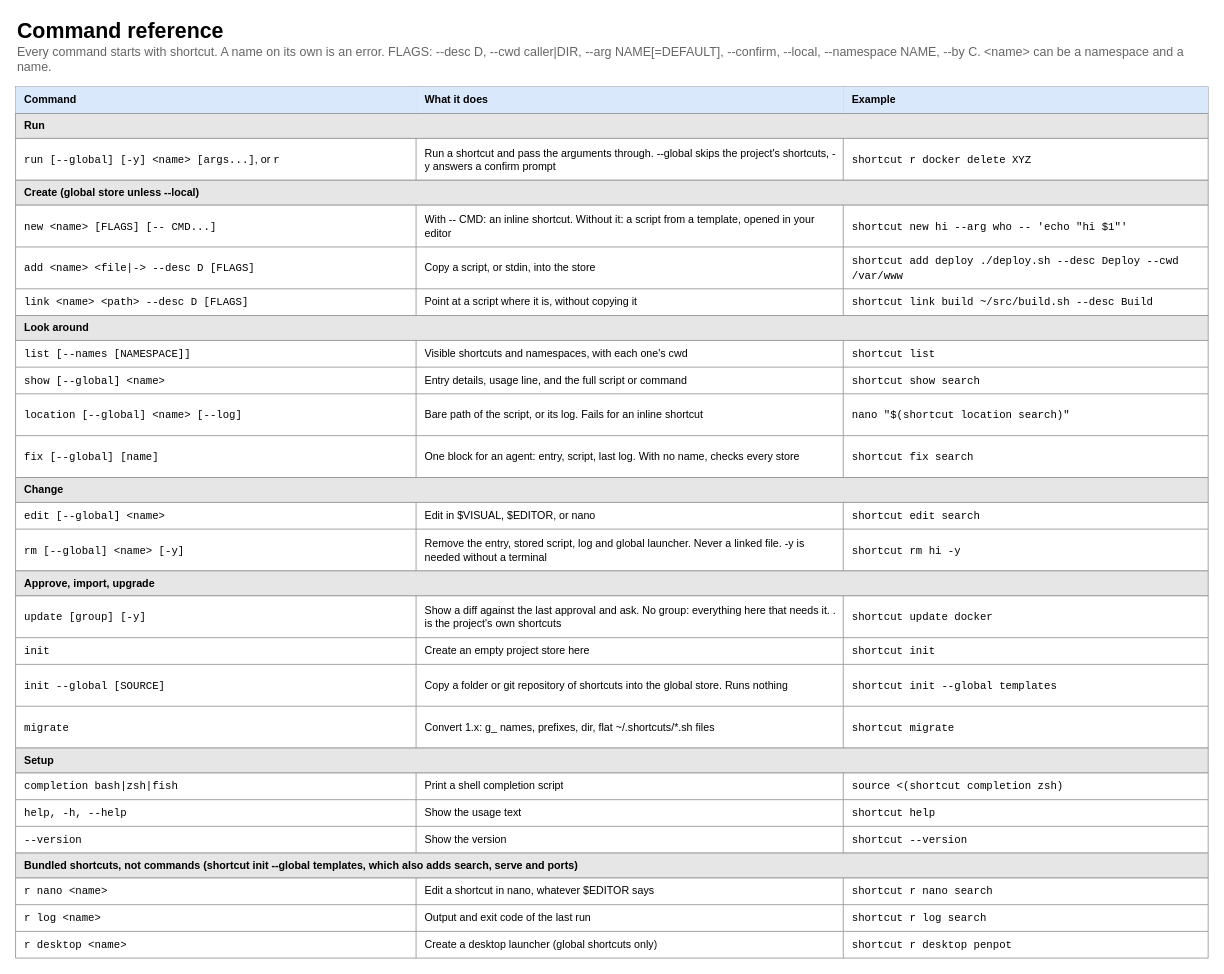
The draw.io diagram page "4 Commands" (4 of 5) of docs/shortcut-overview.drawio in StanLukuvka/Shortcut, before the edit. Source tidied: cells renumbered, new cells numbered last; positions are measured from the earlier drawing's top-left corner, leaving out a move shared by most shapes. Both pictures are drawn from the tidied source at 89%, with x=0, y=0 at pixel (15, 15).
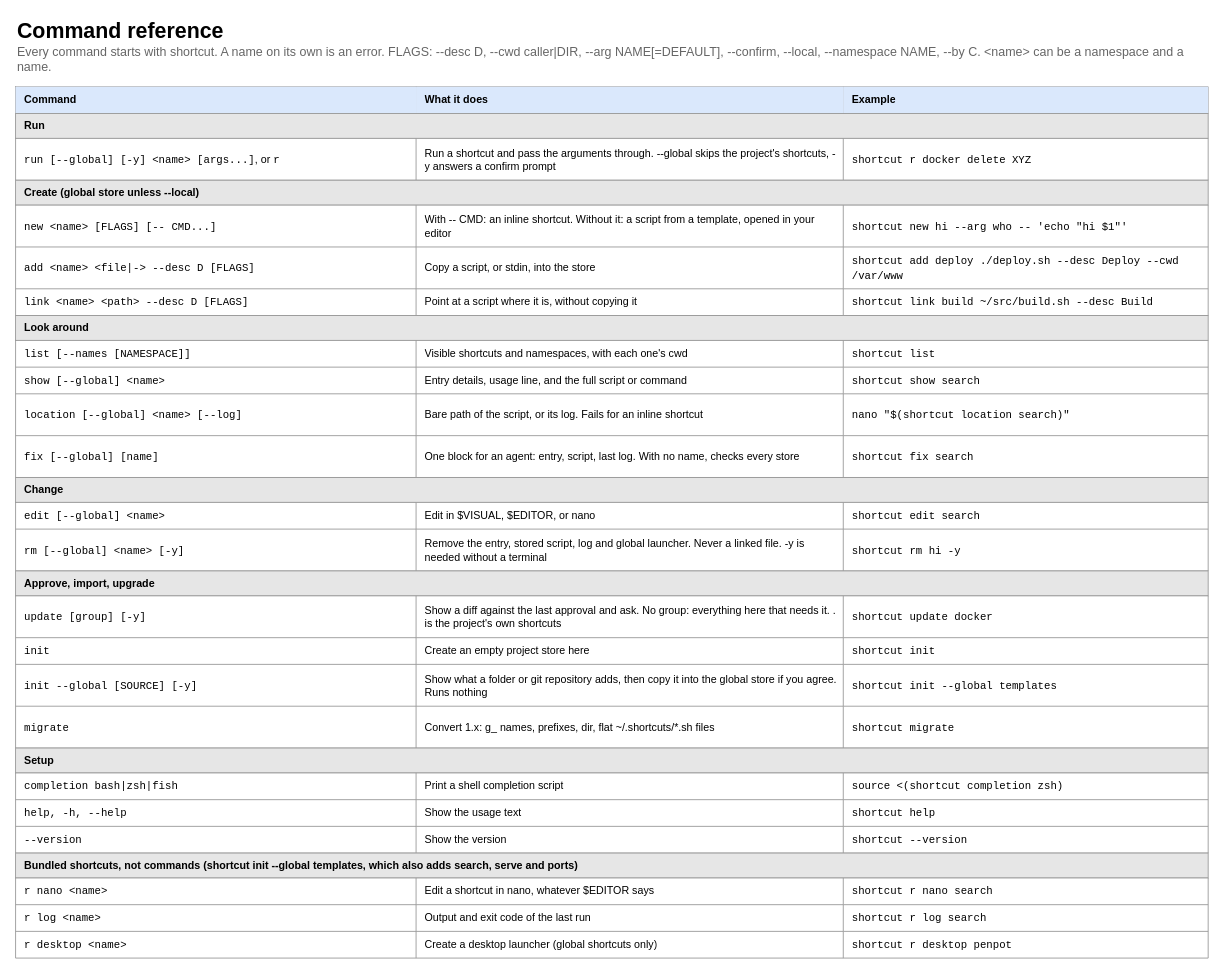
After the change.

The change refers to these unchanged cells:
```xml
<mxCell id="67" style="shape=tableRow;horizontal=0;startSize=0;swimlaneHead=0;swimlaneBody=0;strokeColor=inherit;top=0;left=0;bottom=0;right=0;fillColor=none;html=1;" parent="58" vertex="1">
  <mxGeometry y="77" width="1340" height="47" as="geometry" />
</mxCell>
```

Change to the diagram source:
```diff
@@
-    <mxCell id="68" value="&lt;font face=&quot;monospace&quot;&gt;init --global [SOURCE]&lt;/font&gt;" style="shape=partialRectangle;html=1;whiteSpace=wrap;strokeColor=inherit;overflow=hidden;fillColor=none;top=0;left=0;bottom=0;right=0;align=left;verticalAlign=middle;spacingLeft=8;spacingRight=6;fontSize=12;" parent="67" vertex="1">
+    <mxCell id="68" value="&lt;font face=&quot;monospace&quot;&gt;init --global [SOURCE] [-y]&lt;/font&gt;" style="shape=partialRectangle;html=1;whiteSpace=wrap;strokeColor=inherit;overflow=hidden;fillColor=none;top=0;left=0;bottom=0;right=0;align=left;verticalAlign=middle;spacingLeft=8;spacingRight=6;fontSize=12;" parent="67" vertex="1">
       <mxGeometry width="450" height="47" as="geometry" />
     </mxCell>
-    <mxCell id="69" value="Copy a folder or git repository of shortcuts into the global store. Runs nothing" style="shape=partialRectangle;html=1;whiteSpace=wrap;strokeColor=inherit;overflow=hidden;fillColor=none;top=0;left=0;bottom=0;right=0;align=left;verticalAlign=middle;spacingLeft=8;spacingRight=6;fontSize=12;" parent="67" vertex="1">
+    <mxCell id="69" value="Show what a folder or git repository adds, then copy it into the global store if you agree. Runs nothing" style="shape=partialRectangle;html=1;whiteSpace=wrap;strokeColor=inherit;overflow=hidden;fillColor=none;top=0;left=0;bottom=0;right=0;align=left;verticalAlign=middle;spacingLeft=8;spacingRight=6;fontSize=12;" parent="67" vertex="1">
       <mxGeometry x="450" width="480" height="47" as="geometry" />
     </mxCell>
```
